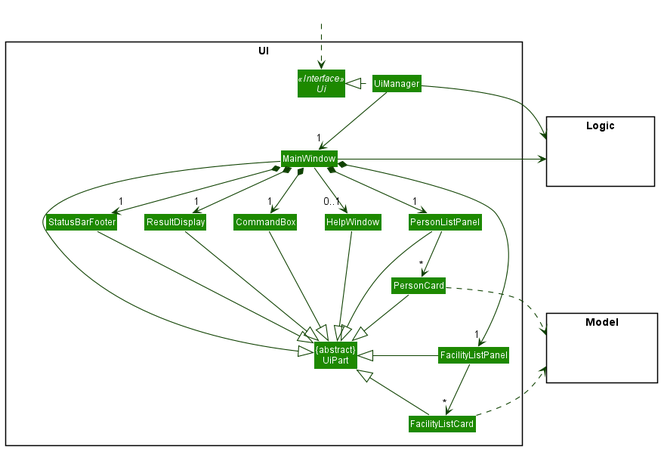
Before: docs/images/UiClassDiagram.png, a diagram exported from PlantUML (nus-cs2103-AY2122S1/tp). Its source is kept beside it as docs/diagrams/UiClassDiagram.puml.
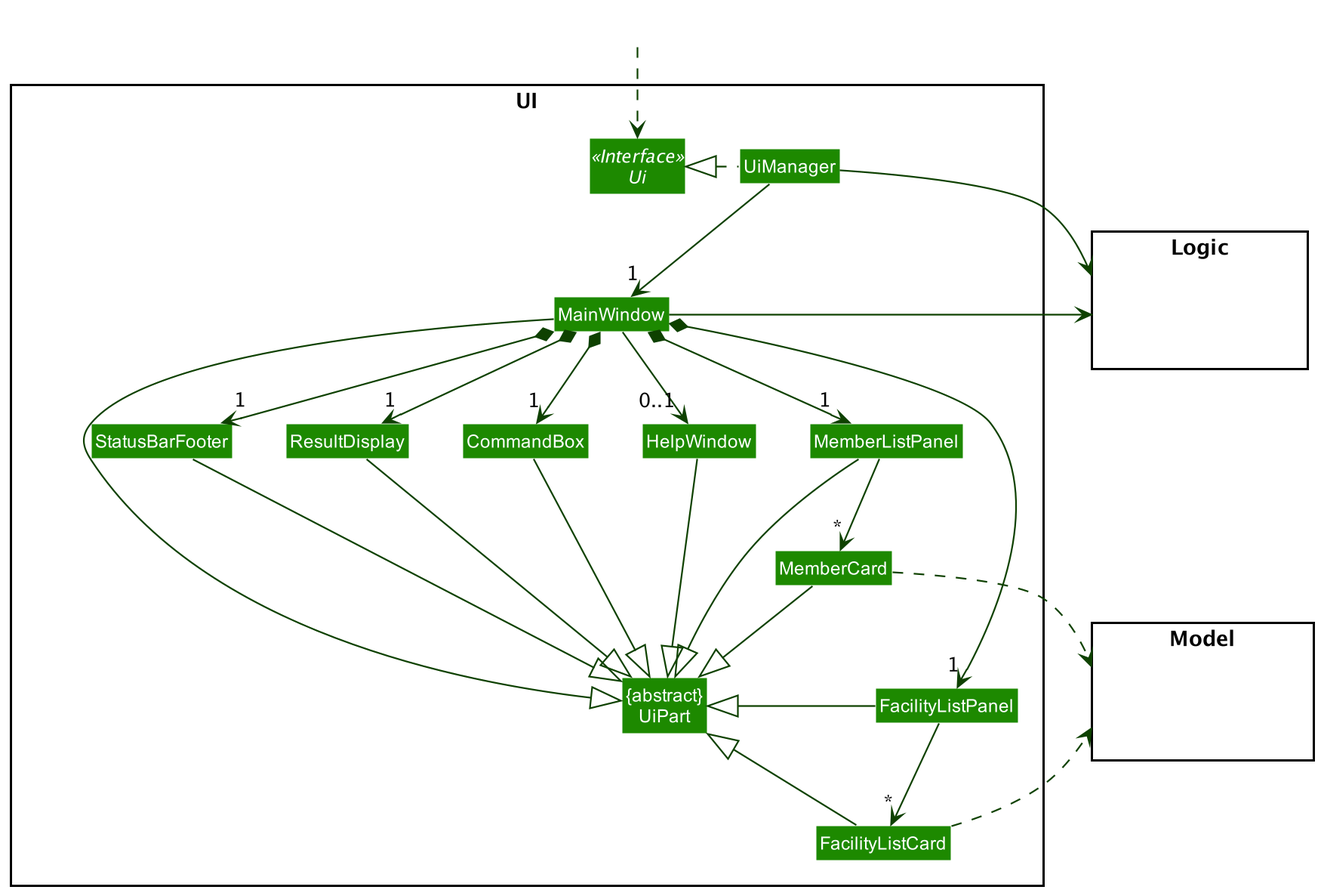
Later version of the same file.

The edit, as a diff of the source:
```diff
@@ -11,8 +11,8 @@
 Class MainWindow
 Class HelpWindow
 Class ResultDisplay
-Class PersonListPanel
-Class PersonCard
+Class MemberListPanel
+Class MemberCard
 Class StatusBarFooter
 Class CommandBox
 Class FacilityListPanel
@@ -34,37 +34,37 @@
 UiManager -down-> "1" MainWindow
 MainWindow *-down->  "1" CommandBox
 MainWindow *-down-> "1" ResultDisplay
-MainWindow *-down-> "1" PersonListPanel
+MainWindow *-down-> "1" MemberListPanel
 MainWindow *-down-> "1" StatusBarFooter
 MainWindow --> "0..1" HelpWindow
 MainWindow *-down-> "1" FacilityListPanel
 
-PersonListPanel -down-> "*" PersonCard
+MemberListPanel -down-> "*" MemberCard
 FacilityListPanel -down-> "*" FacilityListCard
 
 MainWindow -left-|> UiPart
 
 ResultDisplay --|> UiPart
 CommandBox --|> UiPart
-PersonListPanel -right-|> UiPart
-PersonCard --|> UiPart
+MemberListPanel -right-|> UiPart
+MemberCard --|> UiPart
 StatusBarFooter --|> UiPart
 HelpWindow --|> UiPart
 FacilityListCard --|> UiPart
 FacilityListPanel -left-|> UiPart
 
-PersonCard ..> Model
+MemberCard ..> Model
 FacilityListCard ..> Model
 UiPart .[hidden]left. Model
 UiManager -right-> Logic
 MainWindow -left-> Logic
 
-PersonListPanel -[hidden]left- HelpWindow
+MemberListPanel -[hidden]left- HelpWindow
 HelpWindow -[hidden]left- CommandBox
 CommandBox -[hidden]left- ResultDisplay
 ResultDisplay -[hidden]left- StatusBarFooter
-FacilityListPanel -[hidden]left- PersonListPanel
-FacilityListCard -[hidden]left- PersonCard
+FacilityListPanel -[hidden]left- MemberListPanel
+FacilityListCard -[hidden]left- MemberCard
 
 MainWindow -[hidden]-|> UiPart
 @enduml
```
